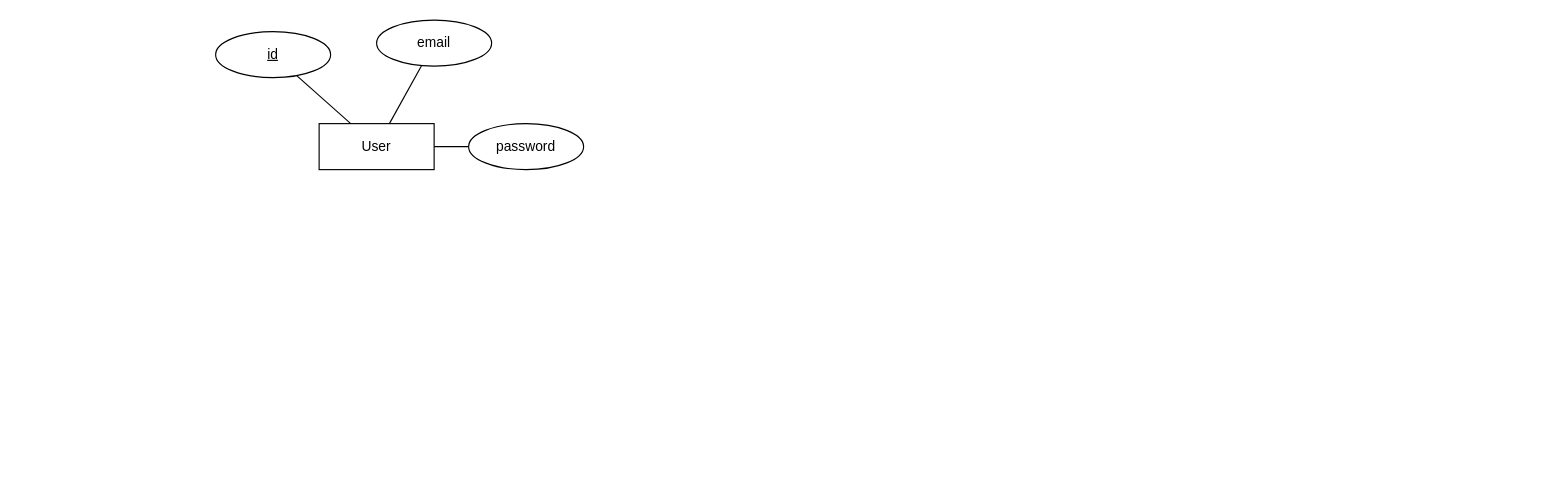
TecMrDocs/Cropopoly3-WhisperTrend keeps this draw.io diagram as documents/database.drawio. Above is the earlier version. Source tidied: cells renumbered, new cells numbered last; positions are measured from the earlier drawing's top-left corner, leaving out a move shared by most shapes. Both pictures are drawn from the tidied source at 115%, with x=0, y=0 at pixel (215, 20).
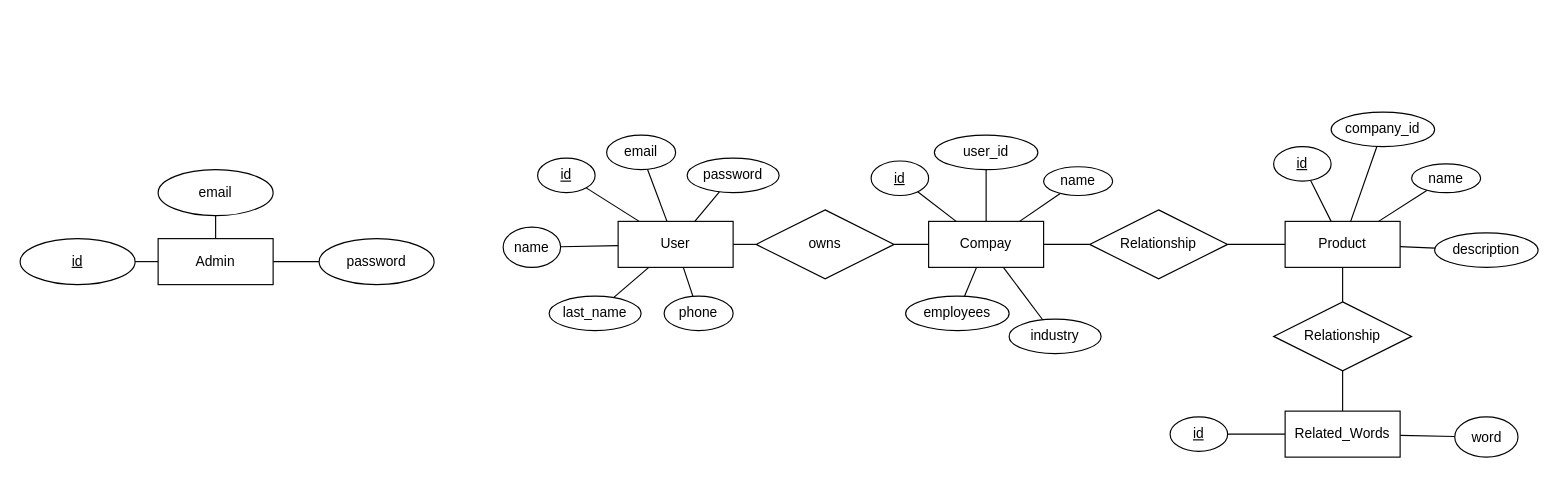
After the change.

Commit message:
add: db/ User, Company, Product, Related_words

Diff of the diagram source:
```diff
@@
+    <mxCell id="9" style="edgeStyle=none;html=1;endArrow=none;endFill=0;" parent="1" edge="1" source="5" target="20">
+      <mxGeometry relative="1" as="geometry" />
+    </mxCell>
+    <mxCell id="10" style="edgeStyle=none;html=1;endArrow=none;endFill=0;" parent="1" edge="1" source="5" target="21">
+      <mxGeometry relative="1" as="geometry" />
+    </mxCell>
+    <mxCell id="11" style="edgeStyle=none;html=1;endArrow=none;endFill=0;" parent="1" edge="1" source="5" target="22">
+      <mxGeometry relative="1" as="geometry" />
+    </mxCell>
+    <mxCell id="12" style="edgeStyle=none;html=1;endArrow=none;endFill=0;" parent="1" edge="1" source="5" target="31">
+      <mxGeometry relative="1" as="geometry" />
+    </mxCell>
     <mxCell id="5" value="User" style="whiteSpace=wrap;html=1;align=center;" parent="1" vertex="1">
-      <mxGeometry x="90" y="90" width="100" height="40" as="geometry" />
+      <mxGeometry x="350" y="175" width="100" height="40" as="geometry" />
     </mxCell>
     <mxCell id="6" value="email" style="ellipse;whiteSpace=wrap;html=1;align=center;" parent="1" vertex="1">
-      <mxGeometry x="140" width="100" height="40" as="geometry" />
+      <mxGeometry x="340" y="100" width="60" height="30" as="geometry" />
     </mxCell>
     <mxCell id="7" value="id" style="ellipse;whiteSpace=wrap;html=1;align=center;fontStyle=4;" parent="1" vertex="1">
-      <mxGeometry y="10" width="100" height="40" as="geometry" />
+      <mxGeometry x="280" y="120" width="50" height="30" as="geometry" />
     </mxCell>
     <mxCell id="8" value="password" style="ellipse;whiteSpace=wrap;html=1;align=center;" parent="1" vertex="1">
-      <mxGeometry x="220" y="90" width="100" height="40" as="geometry" />
+      <mxGeometry x="410" y="120" width="80" height="30" as="geometry" />
     </mxCell>
+    <mxCell id="13" style="edgeStyle=none;html=1;endArrow=none;endFill=0;" parent="1" edge="1" source="16" target="17">
+      <mxGeometry relative="1" as="geometry" />
+    </mxCell>
+    <mxCell id="14" style="edgeStyle=none;html=1;endArrow=none;endFill=0;" parent="1" edge="1" source="16" target="18">
+      <mxGeometry relative="1" as="geometry" />
+    </mxCell>
+    <mxCell id="15" style="edgeStyle=none;html=1;endArrow=none;endFill=0;" parent="1" edge="1" source="16" target="19">
+      <mxGeometry relative="1" as="geometry" />
+    </mxCell>
+    <mxCell id="16" value="Admin" style="whiteSpace=wrap;html=1;align=center;" parent="1" vertex="1">
+      <mxGeometry x="-50" y="190" width="100" height="40" as="geometry" />
+    </mxCell>
+    <mxCell id="17" value="id" style="ellipse;whiteSpace=wrap;html=1;align=center;fontStyle=4;" parent="1" vertex="1">
+      <mxGeometry x="-170" y="190" width="100" height="40" as="geometry" />
+    </mxCell>
+    <mxCell id="18" value="email" style="ellipse;whiteSpace=wrap;html=1;align=center;" parent="1" vertex="1">
+      <mxGeometry x="-50" y="130" width="100" height="40" as="geometry" />
+    </mxCell>
+    <mxCell id="19" value="password" style="ellipse;whiteSpace=wrap;html=1;align=center;" parent="1" vertex="1">
+      <mxGeometry x="90" y="190" width="100" height="40" as="geometry" />
+    </mxCell>
+    <mxCell id="20" value="name" style="ellipse;whiteSpace=wrap;html=1;align=center;" parent="1" vertex="1">
+      <mxGeometry x="250" y="180" width="50" height="35" as="geometry" />
+    </mxCell>
+    <mxCell id="21" value="last_name" style="ellipse;whiteSpace=wrap;html=1;align=center;" parent="1" vertex="1">
+      <mxGeometry x="290" y="240" width="80" height="30" as="geometry" />
+    </mxCell>
+    <mxCell id="22" value="phone" style="ellipse;whiteSpace=wrap;html=1;align=center;" parent="1" vertex="1">
+      <mxGeometry x="390" y="240" width="60" height="30" as="geometry" />
+    </mxCell>
+    <mxCell id="23" style="edgeStyle=none;html=1;endArrow=none;endFill=0;" parent="1" edge="1" source="29" target="32">
+      <mxGeometry relative="1" as="geometry" />
+    </mxCell>
+    <mxCell id="24" style="edgeStyle=none;html=1;endArrow=none;endFill=0;" parent="1" edge="1" source="29" target="33">
+      <mxGeometry relative="1" as="geometry" />
+    </mxCell>
+    <mxCell id="25" style="edgeStyle=none;html=1;endArrow=none;endFill=0;" parent="1" edge="1" source="29" target="34">
+      <mxGeometry relative="1" as="geometry" />
+    </mxCell>
+    <mxCell id="26" style="edgeStyle=none;html=1;endArrow=none;endFill=0;" parent="1" edge="1" source="29" target="35">
+      <mxGeometry relative="1" as="geometry" />
+    </mxCell>
+    <mxCell id="27" style="edgeStyle=none;html=1;endArrow=none;endFill=0;" parent="1" edge="1" source="29" target="37">
+      <mxGeometry relative="1" as="geometry" />
+    </mxCell>
+    <mxCell id="28" style="edgeStyle=none;html=1;endArrow=none;endFill=0;" parent="1" edge="1" source="29" target="55">
+      <mxGeometry relative="1" as="geometry" />
+    </mxCell>
+    <mxCell id="29" value="Compay" style="whiteSpace=wrap;html=1;align=center;" parent="1" vertex="1">
+      <mxGeometry x="620" y="175" width="100" height="40" as="geometry" />
+    </mxCell>
+    <mxCell id="30" style="edgeStyle=none;html=1;endArrow=none;endFill=0;" parent="1" edge="1" source="31" target="29">
+      <mxGeometry relative="1" as="geometry" />
+    </mxCell>
+    <mxCell id="31" value="owns" style="shape=rhombus;perimeter=rhombusPerimeter;whiteSpace=wrap;html=1;align=center;" parent="1" vertex="1">
+      <mxGeometry x="470" y="165" width="120" height="60" as="geometry" />
+    </mxCell>
+    <mxCell id="32" value="id" style="ellipse;whiteSpace=wrap;html=1;align=center;fontStyle=4;" parent="1" vertex="1">
+      <mxGeometry x="570" y="122.5" width="50" height="30" as="geometry" />
+    </mxCell>
+    <mxCell id="33" value="name" style="ellipse;whiteSpace=wrap;html=1;align=center;" parent="1" vertex="1">
+      <mxGeometry x="720" y="127.5" width="60" height="25" as="geometry" />
+    </mxCell>
+    <mxCell id="34" value="industry" style="ellipse;whiteSpace=wrap;html=1;align=center;" parent="1" vertex="1">
+      <mxGeometry x="690" y="260" width="80" height="30" as="geometry" />
+    </mxCell>
+    <mxCell id="35" value="employees" style="ellipse;whiteSpace=wrap;html=1;align=center;" parent="1" vertex="1">
+      <mxGeometry x="600" y="240" width="90" height="30" as="geometry" />
+    </mxCell>
+    <mxCell id="36" style="edgeStyle=none;html=1;endArrow=none;endFill=0;" parent="1" edge="1" source="37" target="42">
+      <mxGeometry relative="1" as="geometry" />
+    </mxCell>
+    <mxCell id="37" value="Relationship" style="shape=rhombus;perimeter=rhombusPerimeter;whiteSpace=wrap;html=1;align=center;" parent="1" vertex="1">
+      <mxGeometry x="760" y="165" width="120" height="60" as="geometry" />
+    </mxCell>
+    <mxCell id="38" style="edgeStyle=none;html=1;endArrow=none;endFill=0;" parent="1" edge="1" source="42" target="43">
+      <mxGeometry relative="1" as="geometry" />
+    </mxCell>
+    <mxCell id="39" style="edgeStyle=none;html=1;endArrow=none;endFill=0;" parent="1" edge="1" source="42" target="44">
+      <mxGeometry relative="1" as="geometry" />
+    </mxCell>
+    <mxCell id="40" style="edgeStyle=none;html=1;endArrow=none;endFill=0;" parent="1" edge="1" source="42" target="45">
+      <mxGeometry relative="1" as="geometry" />
+    </mxCell>
+    <mxCell id="41" style="edgeStyle=none;html=1;endArrow=none;endFill=0;" parent="1" edge="1" source="42" target="54">
+      <mxGeometry relative="1" as="geometry" />
+    </mxCell>
+    <mxCell id="42" value="Product" style="whiteSpace=wrap;html=1;align=center;" parent="1" vertex="1">
+      <mxGeometry x="930" y="175" width="100" height="40" as="geometry" />
+    </mxCell>
+    <mxCell id="43" value="id" style="ellipse;whiteSpace=wrap;html=1;align=center;fontStyle=4;" parent="1" vertex="1">
+      <mxGeometry x="920" y="110" width="50" height="30" as="geometry" />
+    </mxCell>
+    <mxCell id="44" value="name" style="ellipse;whiteSpace=wrap;html=1;align=center;" parent="1" vertex="1">
+      <mxGeometry x="1040" y="125" width="60" height="25" as="geometry" />
+    </mxCell>
+    <mxCell id="45" value="description" style="ellipse;whiteSpace=wrap;html=1;align=center;" parent="1" vertex="1">
+      <mxGeometry x="1060" y="185" width="90" height="30" as="geometry" />
+    </mxCell>
+    <mxCell id="46" style="edgeStyle=none;html=1;endArrow=none;endFill=0;" parent="1" edge="1" source="47" target="42">
+      <mxGeometry relative="1" as="geometry" />
+    </mxCell>
+    <mxCell id="47" value="Relationship" style="shape=rhombus;perimeter=rhombusPerimeter;whiteSpace=wrap;html=1;align=center;" parent="1" vertex="1">
+      <mxGeometry x="920" y="245" width="120" height="60" as="geometry" />
+    </mxCell>
+    <mxCell id="48" style="edgeStyle=none;html=1;endArrow=none;endFill=0;" parent="1" edge="1" source="51" target="47">
+      <mxGeometry relative="1" as="geometry" />
+    </mxCell>
+    <mxCell id="49" style="edgeStyle=none;html=1;endArrow=none;endFill=0;" parent="1" edge="1" source="51" target="52">
+      <mxGeometry relative="1" as="geometry" />
+    </mxCell>
+    <mxCell id="50" style="edgeStyle=none;html=1;endArrow=none;endFill=0;" parent="1" edge="1" source="51" target="53">
+      <mxGeometry relative="1" as="geometry" />
+    </mxCell>
+    <mxCell id="51" value="Related_Words" style="whiteSpace=wrap;html=1;align=center;" parent="1" vertex="1">
+      <mxGeometry x="930" y="340" width="100" height="40" as="geometry" />
+    </mxCell>
+    <mxCell id="52" value="id" style="ellipse;whiteSpace=wrap;html=1;align=center;fontStyle=4;" parent="1" vertex="1">
+      <mxGeometry x="830" y="345" width="50" height="30" as="geometry" />
+    </mxCell>
+    <mxCell id="53" value="word" style="ellipse;whiteSpace=wrap;html=1;align=center;" parent="1" vertex="1">
+      <mxGeometry x="1077.5" y="345" width="55" height="35" as="geometry" />
+    </mxCell>
+    <mxCell id="54" value="company_id" style="ellipse;whiteSpace=wrap;html=1;align=center;" parent="1" vertex="1">
+      <mxGeometry x="970" y="80" width="90" height="30" as="geometry" />
+    </mxCell>
+    <mxCell id="55" value="user_id" style="ellipse;whiteSpace=wrap;html=1;align=center;" parent="1" vertex="1">
+      <mxGeometry x="625" y="100" width="90" height="30" as="geometry" />
+    </mxCell>
```
